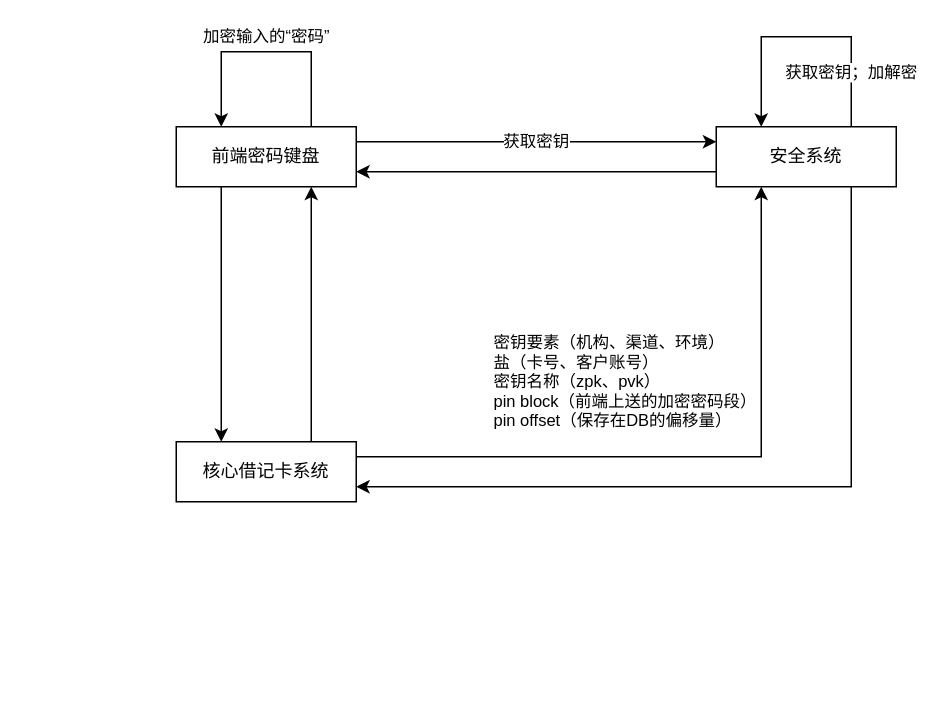
Before: 银行卡密码加解密.drawio in juhuan/juhuan.github.io, a draw.io diagram. Source tidied: cells renumbered, new cells numbered last; positions are measured from the earlier drawing's top-left corner, leaving out a move shared by most shapes. Both pictures are drawn from the tidied source at 150%, with x=0, y=0 at pixel (176, 36).
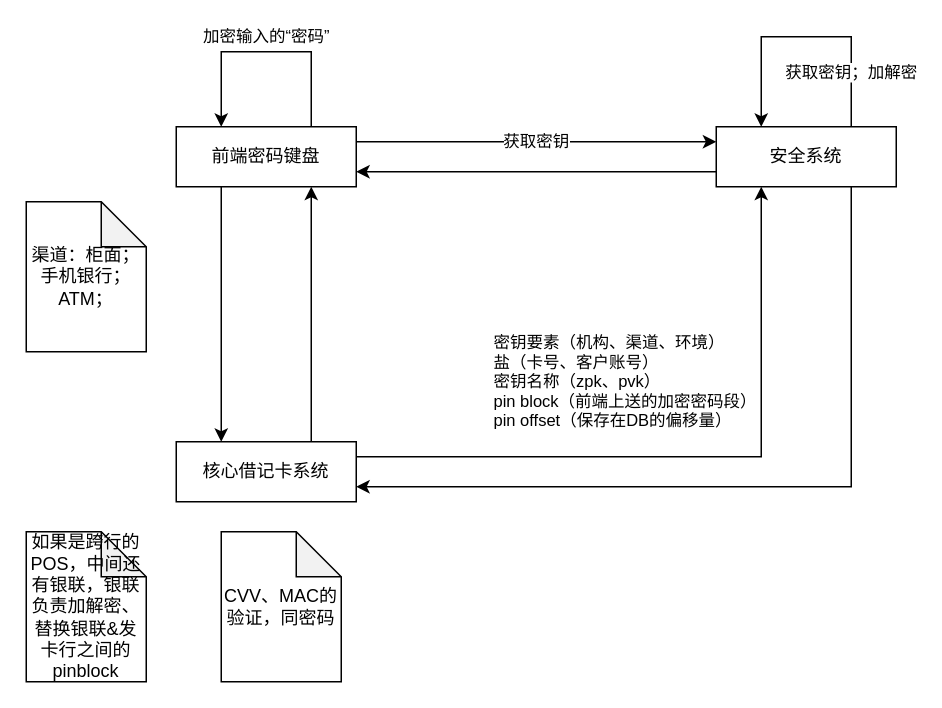
After the change.

Commit message:
Update 银行卡密码加解密.drawio

What changed in the source:
```diff
@@
+    <mxCell id="15" value="渠道：柜面；手机银行；ATM；" style="shape=note;whiteSpace=wrap;html=1;backgroundOutline=1;darkOpacity=0.05;" parent="1" vertex="1">
+      <mxGeometry x="-100" y="110" width="80" height="100" as="geometry" />
+    </mxCell>
+    <mxCell id="16" value="如果是跨行的POS，中间还有银联，银联负责加解密、替换银联&amp;amp;发卡行之间的pinblock" style="shape=note;whiteSpace=wrap;html=1;backgroundOutline=1;darkOpacity=0.05;" parent="1" vertex="1">
+      <mxGeometry x="-100" y="330" width="80" height="100" as="geometry" />
+    </mxCell>
+    <mxCell id="17" value="CVV、MAC的验证，同密码" style="shape=note;whiteSpace=wrap;html=1;backgroundOutline=1;darkOpacity=0.05;" parent="1" vertex="1">
+      <mxGeometry x="30" y="330" width="80" height="100" as="geometry" />
+    </mxCell>
```
